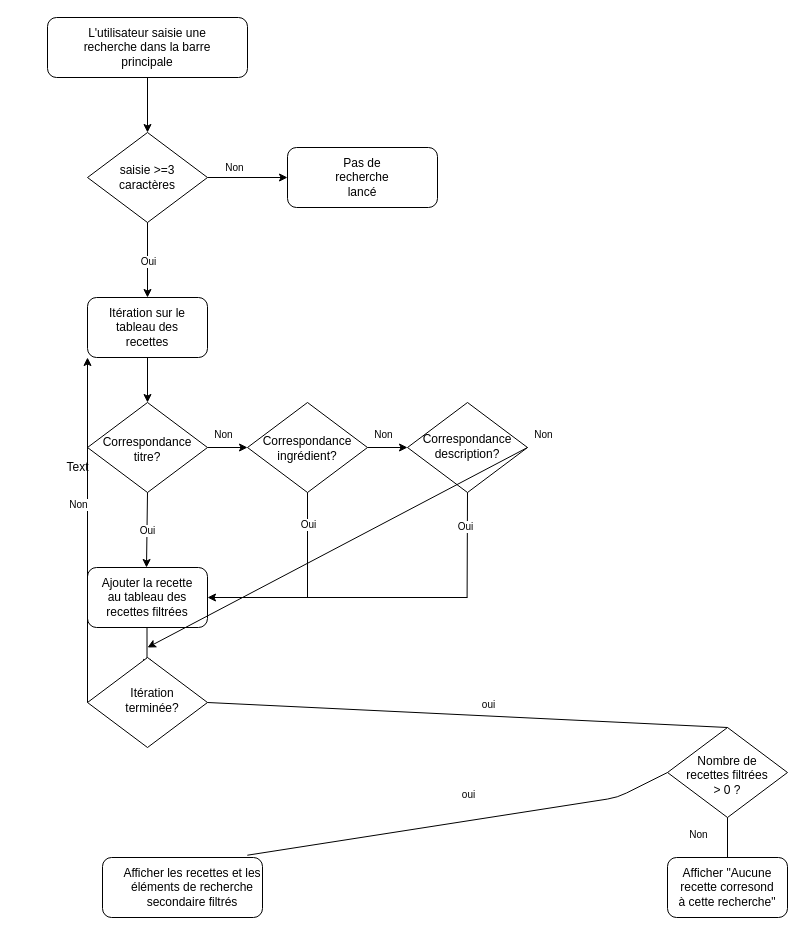
This is draw.drawio from SAMIYAghb/LesPetitsPlats, a draw.io file, before an edit. Source tidied: cells renumbered, new cells numbered last; positions are measured from the earlier drawing's top-left corner, leaving out a move shared by most shapes. Both pictures are drawn from the tidied source at 100%, with x=0, y=0 at pixel (47, 17).
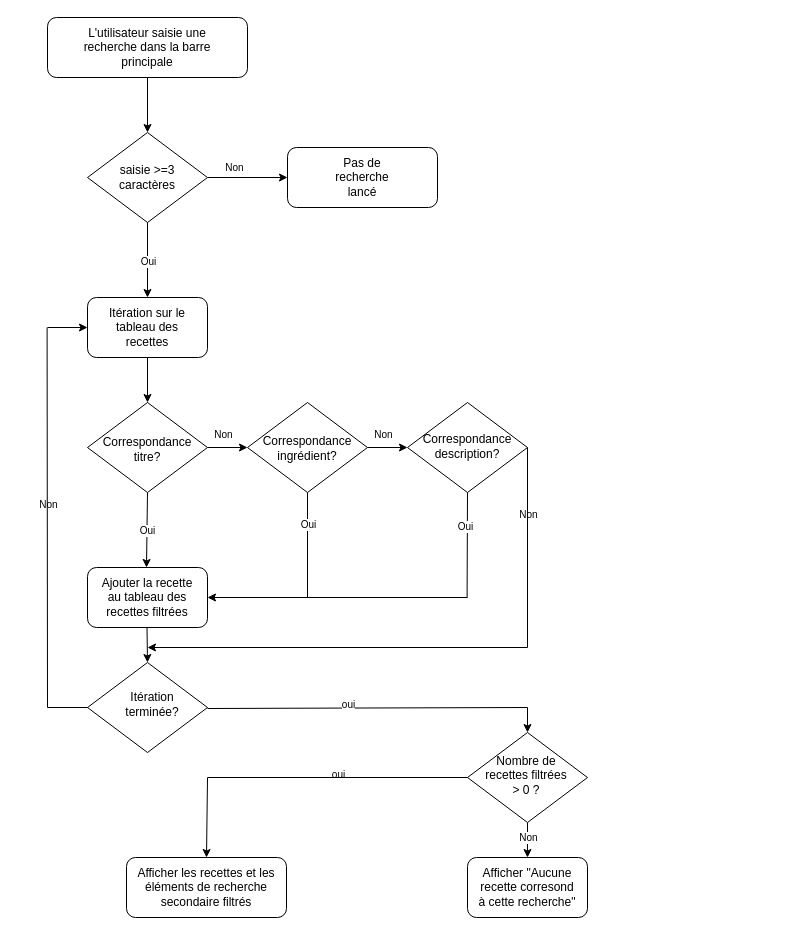
The same diagram, later.

Unchanged cells that the change refers to:
```xml
<mxCell id="10" style="rounded=1;whiteSpace=wrap;html=1;strokeWidth=1;fontSize=9;" parent="1" vertex="1">
  <mxGeometry x="40" y="280" width="120" height="60" as="geometry" />
</mxCell>
<mxCell id="12" value="&lt;font style=&quot;font-size: 12px;&quot;&gt;Itération sur le tableau des recettes&lt;br&gt;&lt;/font&gt;" style="text;html=1;strokeColor=none;fillColor=none;align=center;verticalAlign=middle;whiteSpace=wrap;rounded=0;strokeWidth=1;" parent="1" vertex="1">
  <mxGeometry x="50" y="290" width="100" height="40" as="geometry" />
</mxCell>
```

The edit, as a diff of the source:
```diff
@@
+    <mxCell id="55" style="edgeStyle=none;html=1;exitX=0;exitY=0.5;exitDx=0;exitDy=0;" parent="1" edge="1" source="10" target="12">
+      <mxGeometry relative="1" as="geometry" />
+    </mxCell>
@@
+    <mxCell id="56" style="edgeStyle=none;html=1;entryX=0;entryY=0.5;entryDx=0;entryDy=0;" parent="1" edge="1" target="10">
+      <mxGeometry relative="1" as="geometry">
+        <mxPoint y="310" as="sourcePoint" />
+      </mxGeometry>
+    </mxCell>
@@
-    <mxCell id="19" style="edgeStyle=none;html=1;fontSize=12;" parent="1" edge="1">
+    <mxCell id="19" style="edgeStyle=none;html=1;fontSize=12;entryX=0.5;entryY=0;entryDx=0;entryDy=0;" parent="1" edge="1" target="28">
       <mxGeometry relative="1" as="geometry">
         <mxPoint x="99.5" y="610" as="sourcePoint" />
-        <mxPoint x="99.5" y="650" as="targetPoint" />
       </mxGeometry>
     </mxCell>
@@
-    <mxCell id="26" style="endArrow=classic;html=1;fontSize=12;exitX=1;exitY=0.5;exitDx=0;exitDy=0;" parent="1" edge="1">
-      <mxGeometry relative="1" as="geometry">
-        <mxPoint x="480" y="430" as="sourcePoint" />
-        <mxPoint x="100" y="630" as="targetPoint" />
-      </mxGeometry>
-    </mxCell>
-    <mxCell id="27" style="edgeStyle=none;html=1;exitX=0;exitY=0.5;exitDx=0;exitDy=0;entryX=0;entryY=1;entryDx=0;entryDy=0;" parent="1" edge="1" source="28" target="10">
-      <mxGeometry relative="1" as="geometry" />
-    </mxCell>
     <mxCell id="28" style="rhombus;whiteSpace=wrap;html=1;" parent="1" vertex="1">
-      <mxGeometry x="40" y="640" width="120" height="90" as="geometry" />
+      <mxGeometry x="40" y="645" width="120" height="90" as="geometry" />
     </mxCell>
     <mxCell id="29" value="&lt;font style=&quot;font-size: 12px;&quot;&gt;Itération terminée?&lt;br&gt;&lt;/font&gt;" style="text;html=1;strokeColor=none;fillColor=none;align=center;verticalAlign=middle;whiteSpace=wrap;rounded=0;strokeWidth=1;" parent="1" vertex="1">
-      <mxGeometry x="60" y="660" width="90" height="45" as="geometry" />
+      <mxGeometry x="60" y="664" width="90" height="45" as="geometry" />
     </mxCell>
@@
+    <mxCell id="57" style="edgeStyle=none;html=1;" parent="1" edge="1">
+      <mxGeometry relative="1" as="geometry">
+        <mxPoint x="610" y="640" as="sourcePoint" />
+        <mxPoint x="610" y="640" as="targetPoint" />
+      </mxGeometry>
+    </mxCell>
+    <mxCell id="58" style="edgeStyle=none;html=1;entryX=0.5;entryY=0;entryDx=0;entryDy=0;" parent="1" edge="1" target="33">
+      <mxGeometry relative="1" as="geometry">
+        <mxPoint x="480" y="690" as="sourcePoint" />
+      </mxGeometry>
+    </mxCell>
+    <mxCell id="59" style="edgeStyle=none;html=1;entryX=0.5;entryY=0;entryDx=0;entryDy=0;" parent="1" edge="1" source="33" target="37">
+      <mxGeometry relative="1" as="geometry" />
+    </mxCell>
     <mxCell id="33" style="rhombus;whiteSpace=wrap;html=1;" parent="1" vertex="1">
-      <mxGeometry x="620" y="710" width="120" height="90" as="geometry" />
+      <mxGeometry x="420" y="715" width="120" height="90" as="geometry" />
     </mxCell>
     <mxCell id="34" value="&lt;font style=&quot;font-size: 12px;&quot;&gt;Nombre de recettes filtrées &amp;gt; 0 ?&lt;br&gt;&lt;/font&gt;" style="text;html=1;strokeColor=none;fillColor=none;align=center;verticalAlign=middle;whiteSpace=wrap;rounded=0;strokeWidth=1;" parent="1" vertex="1">
-      <mxGeometry x="635" y="735" width="90" height="45" as="geometry" />
+      <mxGeometry x="434" y="735" width="90" height="45" as="geometry" />
     </mxCell>
-    <mxCell id="35" style="endArrow=none;html=1;fontSize=12;exitX=0.5;exitY=0;exitDx=0;exitDy=0;entryX=1;entryY=0.5;entryDx=0;entryDy=0;" parent="1" edge="1" source="33" target="28">
-      <mxGeometry relative="1" as="geometry" />
+    <mxCell id="35" style="endArrow=none;html=1;fontSize=12;entryX=1;entryY=0.5;entryDx=0;entryDy=0;" parent="1" edge="1">
+      <mxGeometry relative="1" as="geometry">
+        <mxPoint x="480" y="690" as="sourcePoint" />
+        <mxPoint x="160" y="691" as="targetPoint" />
+      </mxGeometry>
     </mxCell>
-    <mxCell id="36" style="endArrow=none;html=1;fontSize=12;entryX=0.5;entryY=1;entryDx=0;entryDy=0;" parent="1" edge="1" target="33">
-      <mxGeometry relative="1" as="geometry">
-        <mxPoint x="680" y="840" as="sourcePoint" />
-      </mxGeometry>
-    </mxCell>
     <mxCell id="37" style="rounded=1;whiteSpace=wrap;html=1;strokeWidth=1;fontSize=9;" parent="1" vertex="1">
-      <mxGeometry x="620" y="840" width="120" height="60" as="geometry" />
+      <mxGeometry x="420" y="840" width="120" height="60" as="geometry" />
     </mxCell>
     <mxCell id="38" value="&lt;font style=&quot;font-size: 12px;&quot;&gt;Afficher &quot;Aucune recette corresond à cette recherche&quot;&lt;br&gt;&lt;/font&gt;" style="text;html=1;strokeColor=none;fillColor=none;align=center;verticalAlign=middle;whiteSpace=wrap;rounded=0;strokeWidth=1;" parent="1" vertex="1">
-      <mxGeometry x="630" y="850" width="100" height="40" as="geometry" />
+      <mxGeometry x="430" y="850" width="100" height="40" as="geometry" />
     </mxCell>
     <mxCell id="39" style="rounded=1;whiteSpace=wrap;html=1;strokeWidth=1;fontSize=9;" parent="1" vertex="1">
-      <mxGeometry x="55" y="840" width="160" height="60" as="geometry" />
+      <mxGeometry x="79" y="840" width="160" height="60" as="geometry" />
     </mxCell>
+    <mxCell id="60" style="edgeStyle=none;html=1;entryX=0.5;entryY=0;entryDx=0;entryDy=0;" parent="1" edge="1" target="39">
+      <mxGeometry relative="1" as="geometry">
+        <mxPoint x="160" y="760" as="sourcePoint" />
+      </mxGeometry>
+    </mxCell>
     <mxCell id="40" value="&lt;font style=&quot;font-size: 12px;&quot;&gt;Afficher les recettes et les éléments de recherche secondaire filtrés&lt;br&gt;&lt;/font&gt;" style="text;html=1;strokeColor=none;fillColor=none;align=center;verticalAlign=middle;whiteSpace=wrap;rounded=0;strokeWidth=1;" parent="1" vertex="1">
-      <mxGeometry x="70" y="850" width="150" height="40" as="geometry" />
+      <mxGeometry x="84" y="850" width="150" height="40" as="geometry" />
     </mxCell>
@@
     <mxCell id="48" value="Non" style="edgeLabel;html=1;align=center;verticalAlign=middle;strokeWidth=1;fontSize=10;" parent="1" vertex="1">
-      <mxGeometry x="465" y="420" as="geometry">
+      <mxGeometry x="450" y="500" as="geometry">
         <mxPoint x="30" y="-4" as="offset" />
       </mxGeometry>
     </mxCell>
     <mxCell id="49" value="oui" style="edgeLabel;html=1;align=center;verticalAlign=middle;strokeWidth=1;fontSize=10;" parent="1" vertex="1">
-      <mxGeometry x="410" y="690" as="geometry">
+      <mxGeometry x="270" y="690" as="geometry">
         <mxPoint x="30" y="-4" as="offset" />
       </mxGeometry>
     </mxCell>
-    <mxCell id="50" style="endArrow=none;html=1;fontSize=12;entryX=0;entryY=0.5;entryDx=0;entryDy=0;exitX=0.905;exitY=-0.038;exitDx=0;exitDy=0;exitPerimeter=0;" parent="1" edge="1" source="39" target="33">
-      <mxGeometry relative="1" as="geometry">
-        <Array as="points">
-          <mxPoint x="570" y="780" />
-        </Array>
-      </mxGeometry>
-    </mxCell>
     <mxCell id="51" value="oui" style="edgeLabel;html=1;align=center;verticalAlign=middle;strokeWidth=1;fontSize=10;" parent="1" vertex="1">
-      <mxGeometry x="390" y="780" as="geometry">
+      <mxGeometry x="260" y="760" as="geometry">
         <mxPoint x="30" y="-4" as="offset" />
       </mxGeometry>
     </mxCell>
     <mxCell id="52" value="Non" style="edgeLabel;html=1;align=center;verticalAlign=middle;strokeWidth=1;fontSize=10;" parent="1" vertex="1">
-      <mxGeometry x="620" y="820" as="geometry">
+      <mxGeometry x="450" y="823" as="geometry">
         <mxPoint x="30" y="-4" as="offset" />
       </mxGeometry>
     </mxCell>
     <mxCell id="53" value="Non" style="edgeLabel;html=1;align=center;verticalAlign=middle;strokeWidth=1;fontSize=10;" parent="1" vertex="1">
-      <mxGeometry y="490" as="geometry">
+      <mxGeometry x="-30" y="490" as="geometry">
         <mxPoint x="30" y="-4" as="offset" />
       </mxGeometry>
     </mxCell>
-    <mxCell id="54" value="Text" style="text;html=1;align=center;verticalAlign=middle;strokeColor=none;fillColor=none;" parent="1" vertex="1">
-      <mxGeometry x="5" y="435" width="50" height="30" as="geometry" />
-    </mxCell>
+    <mxCell id="61" style="endArrow=classic;html=1;fontSize=12;entryX=1;entryY=0.5;entryDx=0;entryDy=0;" parent="1" edge="1">
+      <mxGeometry relative="1" as="geometry">
+        <mxPoint x="480" y="630" as="sourcePoint" />
+        <mxPoint x="100" y="630" as="targetPoint" />
+      </mxGeometry>
+    </mxCell>
+    <mxCell id="62" style="endArrow=none;html=1;fontSize=12;" parent="1" edge="1">
+      <mxGeometry relative="1" as="geometry">
+        <mxPoint x="480" y="630" as="sourcePoint" />
+        <mxPoint x="480" y="430" as="targetPoint" />
+      </mxGeometry>
+    </mxCell>
+    <mxCell id="63" style="endArrow=none;html=1;fontSize=12;entryX=0;entryY=0.5;entryDx=0;entryDy=0;" parent="1" edge="1" target="33">
+      <mxGeometry relative="1" as="geometry">
+        <mxPoint x="160" y="760" as="sourcePoint" />
+      </mxGeometry>
+    </mxCell>
+    <mxCell id="64" style="endArrow=none;html=1;fontSize=12;" parent="1" edge="1">
+      <mxGeometry relative="1" as="geometry">
+        <mxPoint y="690" as="sourcePoint" />
+        <mxPoint x="-0.4" y="310" as="targetPoint" />
+      </mxGeometry>
+    </mxCell>
+    <mxCell id="65" style="endArrow=none;html=1;entryX=0;entryY=0.5;entryDx=0;entryDy=0;" parent="1" edge="1">
+      <mxGeometry relative="1" as="geometry">
+        <mxPoint y="690" as="sourcePoint" />
+        <mxPoint x="40" y="690" as="targetPoint" />
+      </mxGeometry>
+    </mxCell>
```
